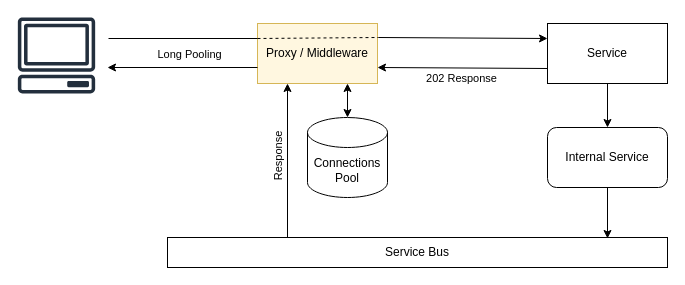
Earlier version of the draw.io diagram docs/images/diagram.drawio (mkhazaei/AsyncRequestToSync). Source tidied: cells renumbered, new cells numbered last; positions are measured from the earlier drawing's top-left corner, leaving out a move shared by most shapes. Both pictures are drawn from the tidied source at 100%, with x=0, y=0 at pixel (17, 17).
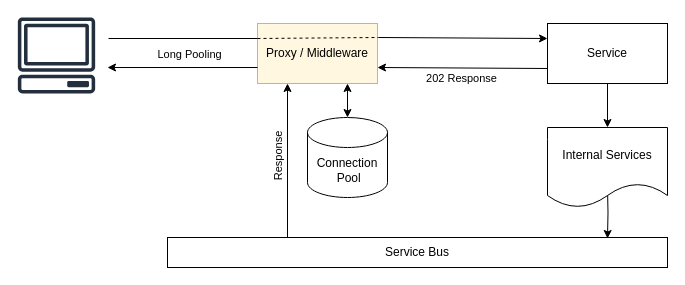
The same page after the edit.

The change refers to these unchanged cells:
```xml
<mxCell id="3" value="Service Bus" style="rounded=0;whiteSpace=wrap;html=1;" parent="1" vertex="1">
  <mxGeometry x="150" y="220" width="500" height="30" as="geometry" />
</mxCell>
<mxCell id="7" value="Service" style="rounded=0;whiteSpace=wrap;html=1;" parent="1" vertex="1">
  <mxGeometry x="530" y="6" width="120" height="60" as="geometry" />
</mxCell>
```

The edit, as a diff of the source:
```diff
@@
-    <mxCell id="5" value="Connections Pool" style="shape=cylinder3;whiteSpace=wrap;html=1;boundedLbl=1;backgroundOutline=1;size=15;" parent="1" vertex="1">
+    <mxCell id="5" value="Connection&lt;br&gt;&amp;nbsp;Pool" style="shape=cylinder3;whiteSpace=wrap;html=1;boundedLbl=1;backgroundOutline=1;size=15;" parent="1" vertex="1">
       <mxGeometry x="290" y="100" width="80" height="80" as="geometry" />
     </mxCell>
-    <mxCell id="6" style="edgeStyle=orthogonalEdgeStyle;rounded=0;jettySize=auto;html=1;entryX=0.5;entryY=0;entryDx=0;entryDy=0;" parent="1" edge="1" source="7" target="16">
+    <mxCell id="6" style="edgeStyle=orthogonalEdgeStyle;rounded=0;jettySize=auto;html=1;entryX=0.5;entryY=0;entryDx=0;entryDy=0;" parent="1" edge="1" source="7" target="20">
       <mxGeometry relative="1" as="geometry" />
     </mxCell>
@@
-    <mxCell id="16" value="Internal Service" style="rounded=1;whiteSpace=wrap;html=1;" parent="1" vertex="1">
-      <mxGeometry x="530" y="110" width="120" height="60" as="geometry" />
-    </mxCell>
-    <mxCell id="17" style="edgeStyle=orthogonalEdgeStyle;rounded=0;jettySize=auto;html=1;entryX=0.88;entryY=0.033;entryDx=0;entryDy=0;entryPerimeter=0;" parent="1" edge="1" source="16" target="3">
-      <mxGeometry relative="1" as="geometry" />
+    <mxCell id="17" style="edgeStyle=orthogonalEdgeStyle;rounded=0;jettySize=auto;html=1;entryX=0.88;entryY=0.033;entryDx=0;entryDy=0;entryPerimeter=0;" parent="1" edge="1" target="3">
+      <mxGeometry relative="1" as="geometry">
+        <mxPoint x="590" y="170" as="sourcePoint" />
+      </mxGeometry>
     </mxCell>
@@
+    <mxCell id="20" value="Internal Services" style="shape=document;whiteSpace=wrap;html=1;boundedLbl=1;" parent="1" vertex="1">
+      <mxGeometry x="530" y="110" width="120" height="80" as="geometry" />
+    </mxCell>
```
